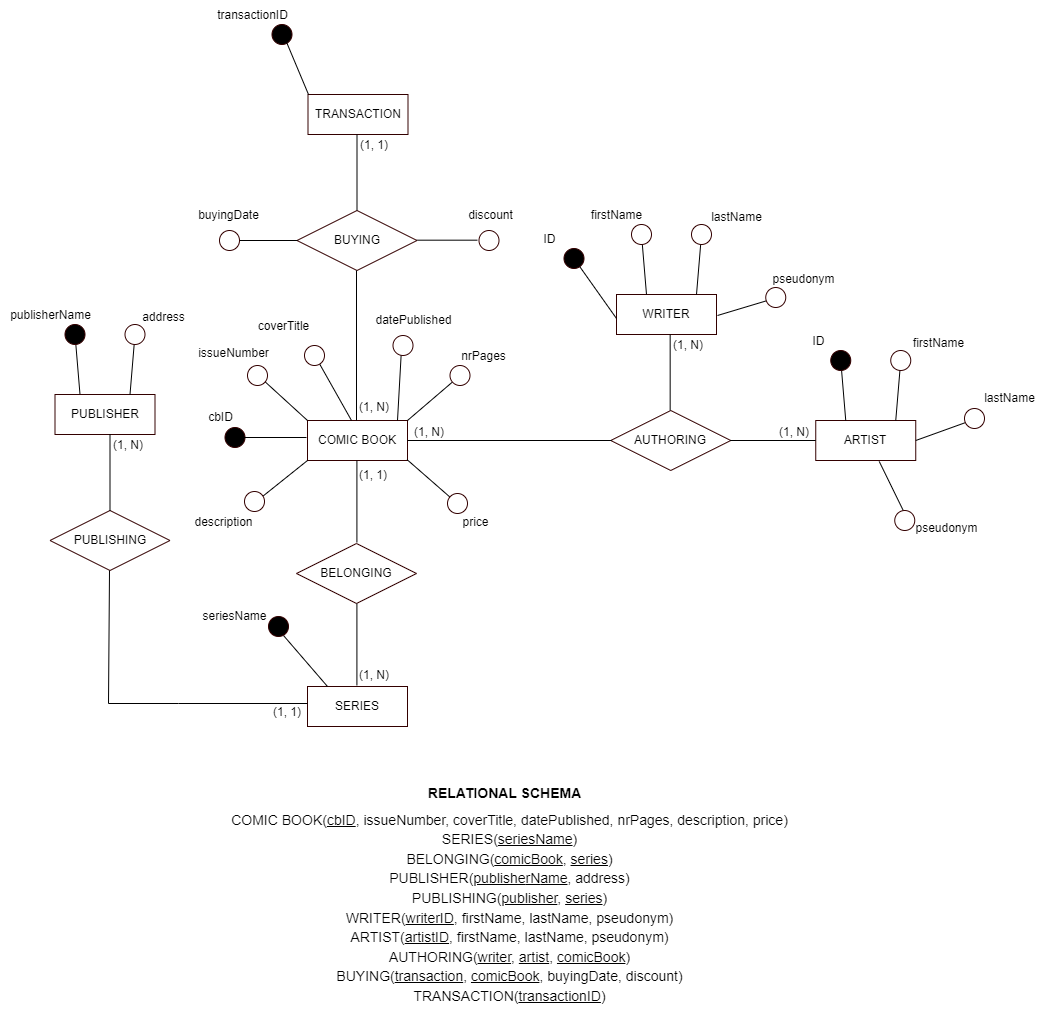
This is schema/e-r_model.png from malrau/da_wp_project, a draw.io export, as it was before one commit. Source tidied: cells renumbered, new cells last; positions are measured from the earlier drawing's top-left corner, leaving out a move shared by most shapes.
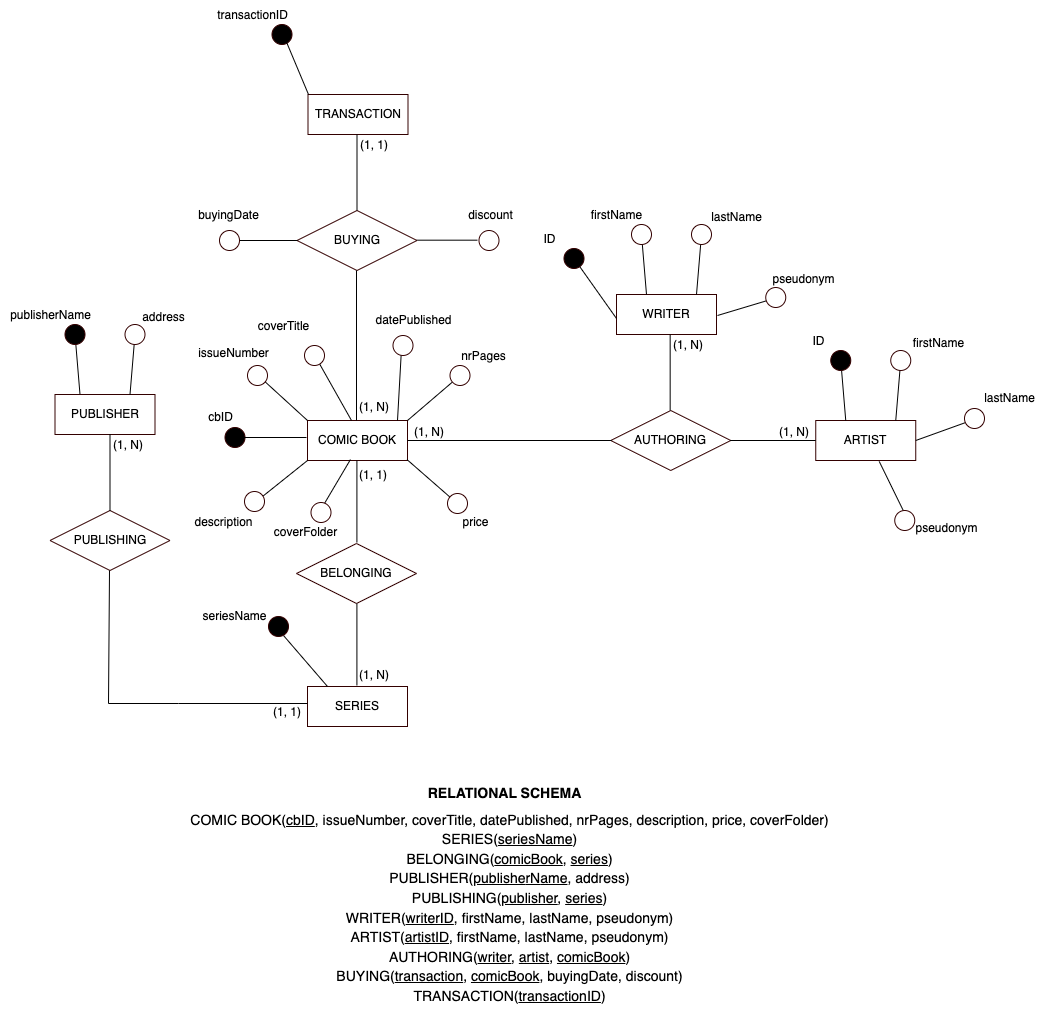
The same file after the commit.

Commit message:
Changes to comic book entity in relational model: add attribute storing the cover file path

The edit, as a diff of the source:
```diff
@@ -237,8 +237,8 @@
     <mxCell id="58" value="price" style="text;html=1;align=center;verticalAlign=middle;strokeColor=none;fillColor=none;" parent="1" vertex="1">
       <mxGeometry x="450.5" y="507" width="50" height="30" as="geometry" />
     </mxCell>
-    <mxCell id="59" value="&lt;p style=&quot;line-height: 140%;&quot;&gt;COMIC BOOK(&lt;u&gt;cbID&lt;/u&gt;, issueNumber, coverTitle, datePublished, nrPages, description,&amp;nbsp;price)&lt;br&gt;SERIES(&lt;u&gt;seriesName&lt;/u&gt;)&lt;br style=&quot;border-color: var(--border-color);&quot;&gt;BELONGING(&lt;u&gt;comicBook&lt;/u&gt;, &lt;u&gt;series&lt;/u&gt;)&lt;br&gt;PUBLISHER(&lt;u&gt;publishe&lt;span style=&quot;border-color: var(--border-color);&quot;&gt;rN&lt;/span&gt;&lt;span style=&quot;border-color: var(--border-color);&quot;&gt;ame&lt;/span&gt;&lt;/u&gt;, address)&lt;br style=&quot;border-color: var(--border-color);&quot;&gt;PUBLISHING(&lt;u&gt;publisher&lt;/u&gt;, &lt;u&gt;series&lt;/u&gt;)&lt;br&gt;WRITER(&lt;u&gt;writerID&lt;/u&gt;,&amp;nbsp;&lt;span style=&quot;border-color: var(--border-color);&quot;&gt;firstName&lt;/span&gt;,&amp;nbsp;&lt;span style=&quot;border-color: var(--border-color);&quot;&gt;lastName&lt;/span&gt;, pseudonym)&lt;br&gt;ARTIST(&lt;u&gt;artistID&lt;/u&gt;,&amp;nbsp;&lt;span style=&quot;border-color: var(--border-color);&quot;&gt;firstName&lt;/span&gt;,&amp;nbsp;&lt;span style=&quot;border-color: var(--border-color);&quot;&gt;lastName&lt;/span&gt;, pseudonym)&lt;br&gt;AUTHORING(&lt;u style=&quot;border-color: var(--border-color);&quot;&gt;writer&lt;/u&gt;,&amp;nbsp;&lt;u style=&quot;border-color: var(--border-color);&quot;&gt;artist&lt;/u&gt;,&amp;nbsp;&lt;u style=&quot;border-color: var(--border-color);&quot;&gt;comicBook&lt;/u&gt;)&lt;br&gt;BUYING(&lt;u style=&quot;border-color: var(--border-color);&quot;&gt;transaction&lt;/u&gt;,&amp;nbsp;&lt;u style=&quot;border-color: var(--border-color);&quot;&gt;comicBook&lt;/u&gt;&lt;span style=&quot;border-color: var(--border-color);&quot;&gt;, buyingDate, discount&lt;/span&gt;)&lt;br&gt;TRANSACTION(&lt;u&gt;transactionID&lt;/u&gt;)&lt;/p&gt;" style="text;html=1;align=center;verticalAlign=middle;strokeColor=none;fillColor=none;fontSize=14;" parent="1" vertex="1">
-      <mxGeometry x="220" y="788" width="580" height="240" as="geometry" />
+    <mxCell id="59" value="&lt;p style=&quot;line-height: 140%;&quot;&gt;COMIC BOOK(&lt;u&gt;cbID&lt;/u&gt;, issueNumber, coverTitle, datePublished, nrPages, description,&amp;nbsp;price, coverFolder)&lt;br&gt;SERIES(&lt;u&gt;seriesName&lt;/u&gt;)&lt;br style=&quot;border-color: var(--border-color);&quot;&gt;BELONGING(&lt;u&gt;comicBook&lt;/u&gt;, &lt;u&gt;series&lt;/u&gt;)&lt;br&gt;PUBLISHER(&lt;u&gt;publishe&lt;span style=&quot;border-color: var(--border-color);&quot;&gt;rN&lt;/span&gt;&lt;span style=&quot;border-color: var(--border-color);&quot;&gt;ame&lt;/span&gt;&lt;/u&gt;, address)&lt;br style=&quot;border-color: var(--border-color);&quot;&gt;PUBLISHING(&lt;u&gt;publisher&lt;/u&gt;, &lt;u&gt;series&lt;/u&gt;)&lt;br&gt;WRITER(&lt;u&gt;writerID&lt;/u&gt;,&amp;nbsp;&lt;span style=&quot;border-color: var(--border-color);&quot;&gt;firstName&lt;/span&gt;,&amp;nbsp;&lt;span style=&quot;border-color: var(--border-color);&quot;&gt;lastName&lt;/span&gt;, pseudonym)&lt;br&gt;ARTIST(&lt;u&gt;artistID&lt;/u&gt;,&amp;nbsp;&lt;span style=&quot;border-color: var(--border-color);&quot;&gt;firstName&lt;/span&gt;,&amp;nbsp;&lt;span style=&quot;border-color: var(--border-color);&quot;&gt;lastName&lt;/span&gt;, pseudonym)&lt;br&gt;AUTHORING(&lt;u style=&quot;border-color: var(--border-color);&quot;&gt;writer&lt;/u&gt;,&amp;nbsp;&lt;u style=&quot;border-color: var(--border-color);&quot;&gt;artist&lt;/u&gt;,&amp;nbsp;&lt;u style=&quot;border-color: var(--border-color);&quot;&gt;comicBook&lt;/u&gt;)&lt;br&gt;BUYING(&lt;u style=&quot;border-color: var(--border-color);&quot;&gt;transaction&lt;/u&gt;,&amp;nbsp;&lt;u style=&quot;border-color: var(--border-color);&quot;&gt;comicBook&lt;/u&gt;&lt;span style=&quot;border-color: var(--border-color);&quot;&gt;, buyingDate, discount&lt;/span&gt;)&lt;br&gt;TRANSACTION(&lt;u&gt;transactionID&lt;/u&gt;)&lt;/p&gt;" style="text;html=1;align=center;verticalAlign=middle;strokeColor=none;fillColor=none;fontSize=14;" parent="1" vertex="1">
+      <mxGeometry x="180" y="788" width="660" height="240" as="geometry" />
     </mxCell>
     <mxCell id="60" value="&lt;b&gt;RELATIONAL SCHEMA&lt;/b&gt;" style="text;html=1;align=center;verticalAlign=middle;strokeColor=none;fillColor=none;fontSize=14;" parent="1" vertex="1">
       <mxGeometry x="415" y="778" width="180" height="30" as="geometry" />
@@ -403,5 +403,17 @@
     <mxCell id="98" value="datePublished" style="text;html=1;align=center;verticalAlign=middle;strokeColor=none;fillColor=none;" parent="1" vertex="1">
       <mxGeometry x="363.5" y="305" width="100" height="30" as="geometry" />
     </mxCell>
+    <mxCell id="99" style="endArrow=none;html=1;rounded=0;exitX=0;exitY=1;exitDx=0;exitDy=0;" parent="1" edge="1">
+      <mxGeometry relative="1" as="geometry">
+        <mxPoint x="350.9" y="459.1" as="sourcePoint" />
+        <mxPoint x="322" y="508" as="targetPoint" />
+      </mxGeometry>
+    </mxCell>
+    <mxCell id="100" style="ellipse;whiteSpace=wrap;html=1;shadow=0;sketch=0;fillStyle=solid;strokeColor=#330000;strokeWidth=1;fillColor=#FFFFFF;flipH=1;" parent="1" vertex="1">
+      <mxGeometry x="311.5" y="502" width="20" height="20" as="geometry" />
+    </mxCell>
+    <mxCell id="101" value="coverFolder" style="text;html=1;align=center;verticalAlign=middle;strokeColor=none;fillColor=none;" parent="1" vertex="1">
+      <mxGeometry x="260.5" y="517" width="90" height="30" as="geometry" />
+    </mxCell>
   </root>
 </mxGraphModel>
```
